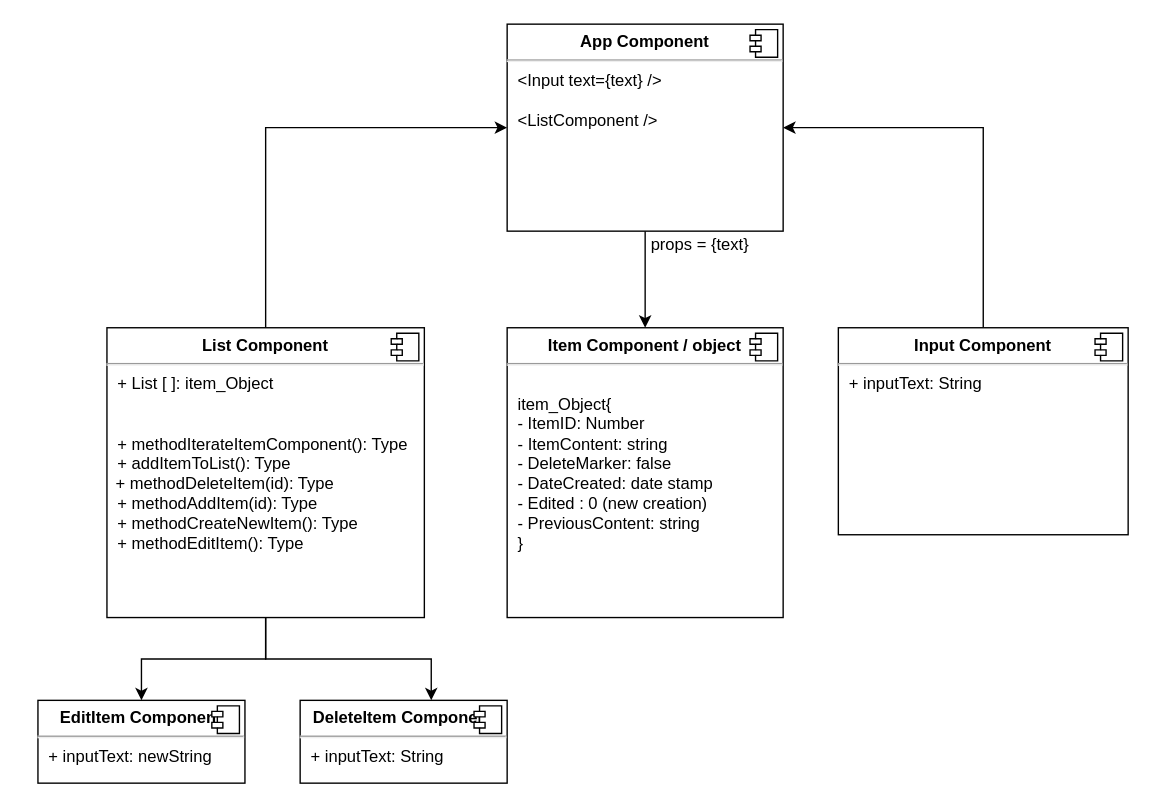
Before: page "Page-2" (2 of 2) of Untitled Diagram.drawio in Harshvardhanvipat/todo-app, a draw.io diagram. Source tidied: cells renumbered, new cells numbered last; positions are measured from the earlier drawing's top-left corner, leaving out a move shared by most shapes. Both pictures are drawn from the tidied source at 138%, with x=0, y=0 at pixel (37, 23).
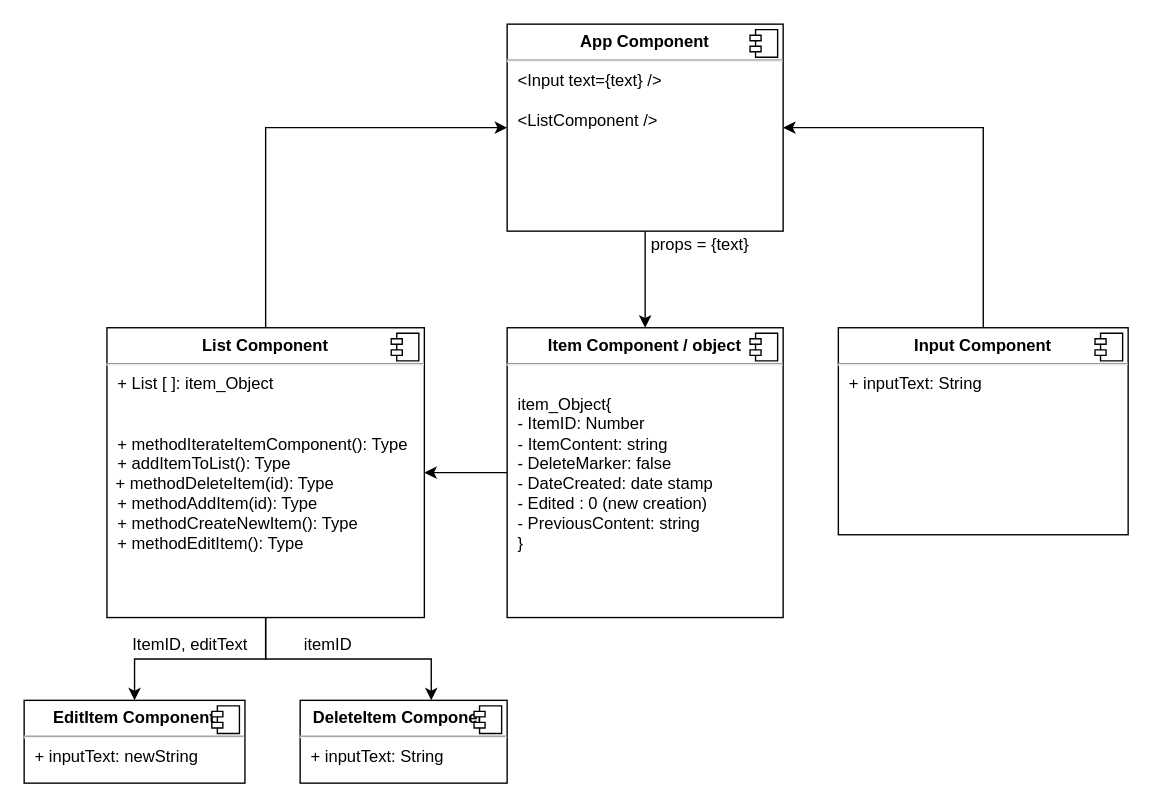
After the change.

Commit message:
Components structure and connection added to the application architecture diagram

Unchanged cells that the change refers to:
```xml
<mxCell id="2" value="&lt;p style=&quot;margin: 0px ; margin-top: 6px ; text-align: center&quot;&gt;&lt;b&gt;Item Component / object&lt;/b&gt;&lt;/p&gt;&lt;hr&gt;&lt;p style=&quot;margin: 0px ; margin-left: 8px&quot;&gt;&lt;br&gt;&lt;/p&gt;&lt;p style=&quot;margin: 0px ; margin-left: 8px&quot;&gt;item_Object{&lt;/p&gt;&lt;p style=&quot;margin: 0px ; margin-left: 8px&quot;&gt;- ItemID: Number&lt;br&gt;&lt;/p&gt;&lt;p style=&quot;margin: 0px ; margin-left: 8px&quot;&gt;-&amp;nbsp;&lt;span&gt;ItemContent: string&lt;/span&gt;&lt;/p&gt;&lt;p style=&quot;margin: 0px ; margin-left: 8px&quot;&gt;- DeleteMarker: false&lt;/p&gt;&lt;p style=&quot;margin: 0px ; margin-left: 8px&quot;&gt;- DateCreated: date stamp&amp;nbsp;&lt;br&gt;- Edited : 0 (new creation)&lt;/p&gt;&lt;p style=&quot;margin: 0px ; margin-left: 8px&quot;&gt;&lt;span&gt;- PreviousContent: string&lt;/span&gt;&lt;/p&gt;&lt;p style=&quot;margin: 0px ; margin-left: 8px&quot;&gt;&lt;span&gt;}&lt;/span&gt;&lt;/p&gt;&lt;p style=&quot;margin: 0px ; margin-left: 8px&quot;&gt;&lt;br&gt;&lt;/p&gt;&lt;p style=&quot;margin: 0px ; margin-left: 8px&quot;&gt;&lt;br&gt;&lt;/p&gt;" style="align=left;overflow=fill;html=1;" parent="1" vertex="1">
  <mxGeometry x="340" y="220" width="200" height="210" as="geometry" />
</mxCell>
<mxCell id="7" value="&lt;p style=&quot;margin: 0px ; margin-top: 6px ; text-align: center&quot;&gt;&lt;b&gt;List Component&lt;/b&gt;&lt;/p&gt;&lt;hr&gt;&lt;p style=&quot;margin: 0px 0px 0px 8px&quot;&gt;+ List [ ]: item_Object&lt;br&gt;&lt;/p&gt;&lt;p style=&quot;margin: 0px 0px 0px 8px&quot;&gt;&lt;br&gt;&lt;/p&gt;&lt;p style=&quot;margin: 0px 0px 0px 8px&quot;&gt;&lt;br&gt;&lt;/p&gt;&lt;p style=&quot;margin: 0px 0px 0px 8px&quot;&gt;+ methodIterateItemComponent(): Type&lt;br&gt;&lt;/p&gt;&lt;p style=&quot;margin: 0px 0px 0px 8px&quot;&gt;+ addItemToList(): Type&lt;br&gt;&lt;/p&gt;&amp;nbsp; +&amp;nbsp;&lt;span&gt;methodDeleteItem(id): Type&lt;/span&gt;&lt;br&gt;&lt;p style=&quot;margin: 0px 0px 0px 8px&quot;&gt;+ methodAddItem(id): Type&lt;br&gt;&lt;/p&gt;&lt;p style=&quot;margin: 0px 0px 0px 8px&quot;&gt;+ methodCreateNewItem(): Type&lt;br&gt;&lt;/p&gt;&lt;p style=&quot;margin: 0px 0px 0px 8px&quot;&gt;+ methodEditItem(): Type&lt;/p&gt;" style="align=left;overflow=fill;html=1;" parent="1" vertex="1">
  <mxGeometry x="50" y="220" width="230" height="210" as="geometry" />
</mxCell>
```

What changed in the source:
```diff
@@
+    <mxCell id="20" style="edgeStyle=orthogonalEdgeStyle;rounded=0;jettySize=auto;html=1;entryX=1;entryY=0.5;entryDx=0;entryDy=0;" parent="1" edge="1" source="2" target="7">
+      <mxGeometry relative="1" as="geometry" />
+    </mxCell>
@@
     <mxCell id="16" value="&lt;p style=&quot;margin: 0px ; margin-top: 6px ; text-align: center&quot;&gt;&lt;b&gt;EditItem Component&lt;/b&gt;&lt;/p&gt;&lt;hr&gt;&lt;p style=&quot;margin: 0px ; margin-left: 8px&quot;&gt;+ inputText: newString&lt;br&gt;&lt;br&gt;&lt;/p&gt;" style="align=left;overflow=fill;html=1;" parent="1" vertex="1">
-      <mxGeometry y="490" width="150" height="60" as="geometry" />
+      <mxGeometry x="-10" y="490" width="160" height="60" as="geometry" />
     </mxCell>
@@
+    <mxCell id="21" value="ItemID, editText" style="text;html=1;align=center;verticalAlign=middle;" parent="1" vertex="1">
+      <mxGeometry x="60" y="440" width="100" height="20" as="geometry" />
+    </mxCell>
+    <mxCell id="22" value="itemID" style="text;html=1;align=center;verticalAlign=middle;" parent="1" vertex="1">
+      <mxGeometry x="185" y="440" width="50" height="20" as="geometry" />
+    </mxCell>
```
